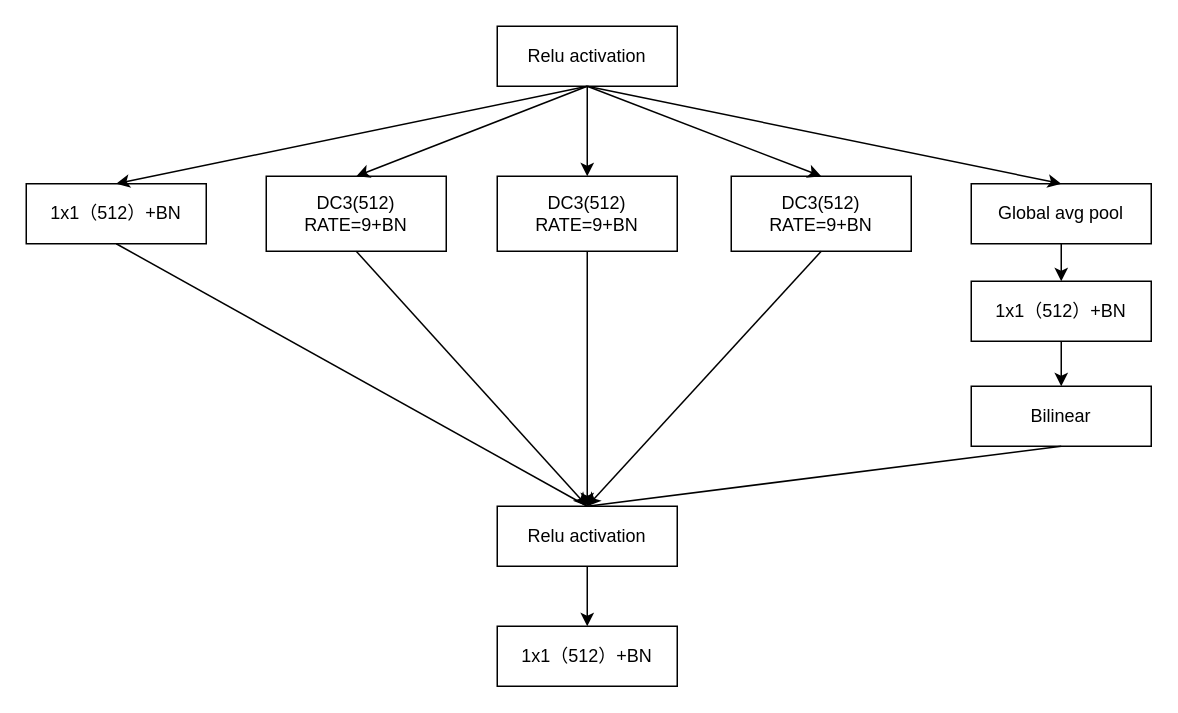
The draw.io diagram page "第 2 页" (2 of 4) of img/Untitled Diagram.drawio in Wangtab/Wangtab.github.io, before the edit. Source tidied: cells renumbered, new cells numbered last; positions are measured from the earlier drawing's top-left corner, leaving out a move shared by most shapes. Both pictures are drawn from the tidied source at 150%, with x=0, y=0 at pixel (26, 26).
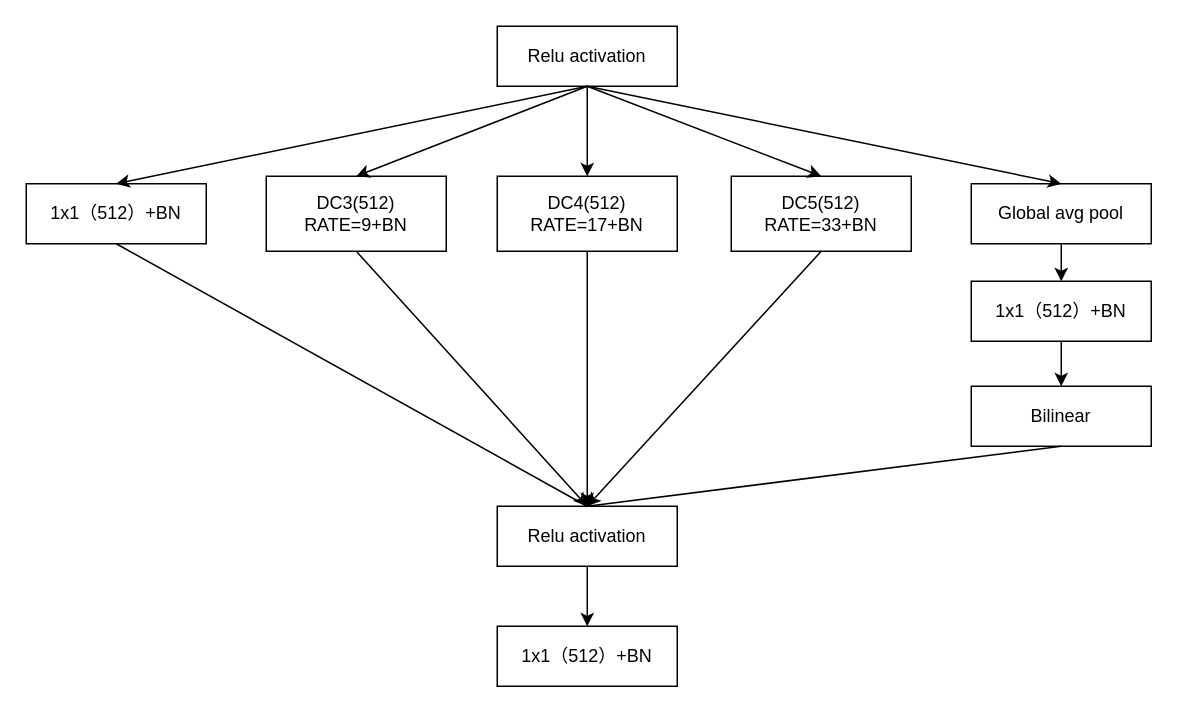
The same diagram, later.

What changed in the source:
```diff
@@
-    <mxCell id="5" value="&lt;span&gt;DC3(512)&lt;/span&gt;&lt;br&gt;&lt;span&gt;RATE=9&lt;/span&gt;&lt;span&gt;+BN&lt;/span&gt;" style="rounded=0;whiteSpace=wrap;html=1;fillColor=#FFFFFF;" parent="1" vertex="1">
+    <mxCell id="5" value="&lt;span&gt;DC4(512)&lt;/span&gt;&lt;br&gt;&lt;span&gt;RATE=17&lt;/span&gt;&lt;span&gt;+BN&lt;/span&gt;" style="rounded=0;whiteSpace=wrap;html=1;fillColor=#FFFFFF;" parent="1" vertex="1">
       <mxGeometry x="314" y="100" width="120" height="50" as="geometry" />
     </mxCell>
@@
-    <mxCell id="7" value="&lt;span&gt;DC3(512)&lt;/span&gt;&lt;br&gt;&lt;span&gt;RATE=9&lt;/span&gt;&lt;span&gt;+BN&lt;/span&gt;" style="rounded=0;whiteSpace=wrap;html=1;fillColor=#FFFFFF;" parent="1" vertex="1">
+    <mxCell id="7" value="&lt;span&gt;DC5(512)&lt;/span&gt;&lt;br&gt;&lt;span&gt;RATE=33&lt;/span&gt;&lt;span&gt;+BN&lt;/span&gt;" style="rounded=0;whiteSpace=wrap;html=1;fillColor=#FFFFFF;" parent="1" vertex="1">
       <mxGeometry x="470" y="100" width="120" height="50" as="geometry" />
     </mxCell>
```
